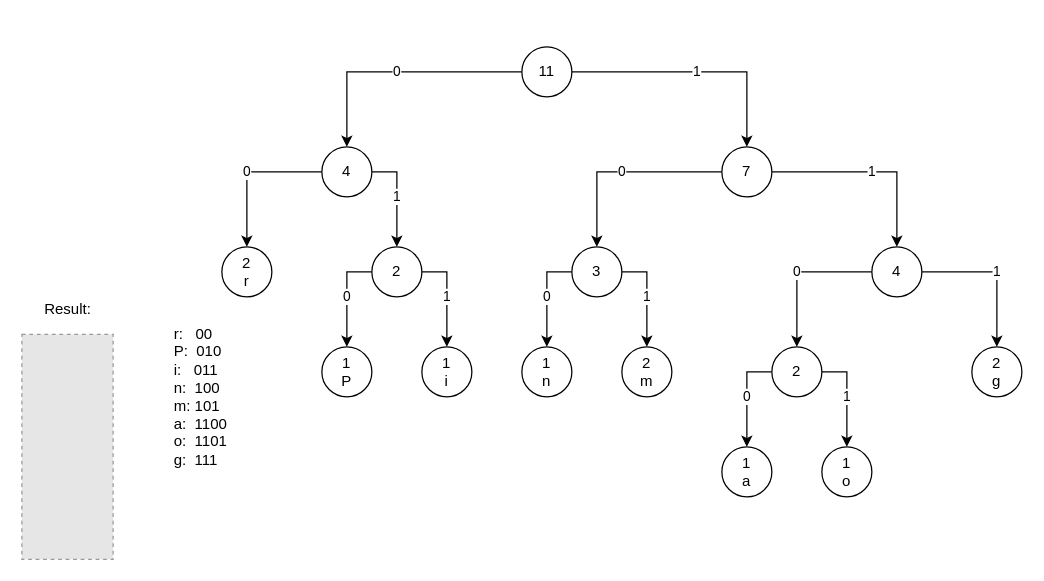
The draw.io diagram docs/drawio/Alphabetically ordered single frequencies.drawio in pip12345/Compression, before the edit. Source tidied: cells renumbered, new cells numbered last; positions are measured from the earlier drawing's top-left corner, leaving out a move shared by most shapes. Both pictures are drawn from the tidied source at 125%, with x=0, y=0 at pixel (21, 46). Pictures stored in the file or linked from it are replaced by grey dashed boxes.
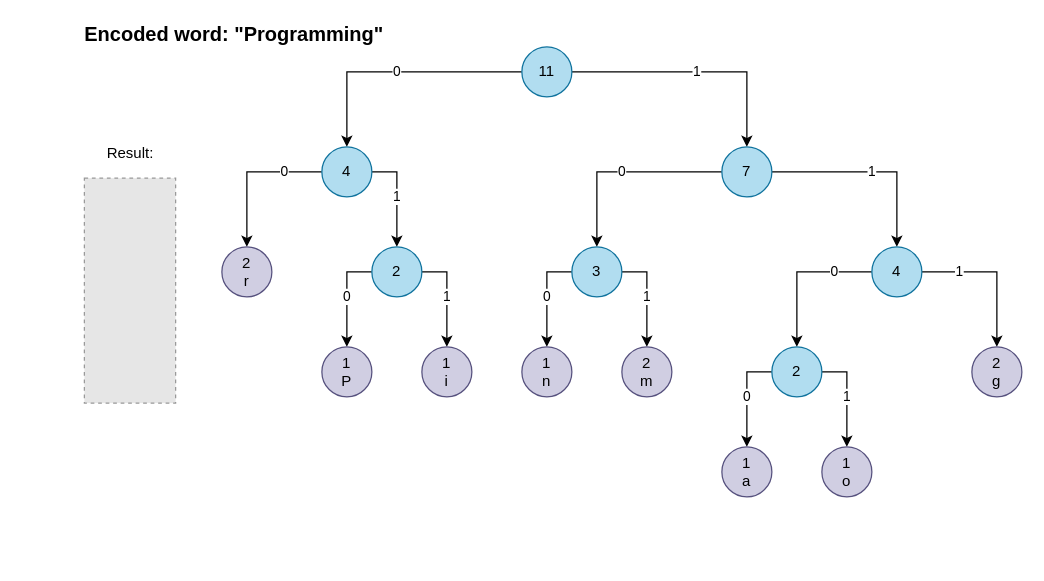
Above is the later version.

Change to the diagram source:
```diff
@@
-    <mxCell id="4" value="11" style="ellipse;whiteSpace=wrap;html=1;" parent="1" vertex="1">
+    <mxCell id="4" value="11" style="ellipse;whiteSpace=wrap;html=1;fillColor=#b1ddf0;strokeColor=#10739e;" parent="1" vertex="1">
       <mxGeometry x="400" width="40" height="40" as="geometry" />
     </mxCell>
     <mxCell id="5" value="0" style="edgeStyle=orthogonalEdgeStyle;rounded=0;jettySize=auto;html=1;exitX=0;exitY=0.5;exitDx=0;exitDy=0;entryX=0.5;entryY=0;entryDx=0;entryDy=0;" parent="1" edge="1" source="7" target="11">
-      <mxGeometry relative="1" as="geometry" />
+      <mxGeometry x="-0.5" relative="1" as="geometry" />
     </mxCell>
@@
-    <mxCell id="7" value="4" style="ellipse;whiteSpace=wrap;html=1;" parent="1" vertex="1">
+    <mxCell id="7" value="4" style="ellipse;whiteSpace=wrap;html=1;fillColor=#b1ddf0;strokeColor=#10739e;" parent="1" vertex="1">
       <mxGeometry x="240" y="80" width="40" height="40" as="geometry" />
     </mxCell>
@@
-    <mxCell id="10" value="7" style="ellipse;whiteSpace=wrap;html=1;" parent="1" vertex="1">
+    <mxCell id="10" value="7" style="ellipse;whiteSpace=wrap;html=1;fillColor=#b1ddf0;strokeColor=#10739e;" parent="1" vertex="1">
       <mxGeometry x="560" y="80" width="40" height="40" as="geometry" />
     </mxCell>
-    <mxCell id="11" value="2&lt;br&gt;r" style="ellipse;whiteSpace=wrap;html=1;" parent="1" vertex="1">
+    <mxCell id="11" value="2&lt;br&gt;r" style="ellipse;whiteSpace=wrap;html=1;fillColor=#d0cee2;strokeColor=#56517e;" parent="1" vertex="1">
       <mxGeometry x="160" y="160" width="40" height="40" as="geometry" />
     </mxCell>
@@
-    <mxCell id="14" value="2" style="ellipse;whiteSpace=wrap;html=1;" parent="1" vertex="1">
+    <mxCell id="14" value="2" style="ellipse;whiteSpace=wrap;html=1;fillColor=#b1ddf0;strokeColor=#10739e;" parent="1" vertex="1">
       <mxGeometry x="280" y="160" width="40" height="40" as="geometry" />
     </mxCell>
-    <mxCell id="15" value="1&lt;br&gt;P" style="ellipse;whiteSpace=wrap;html=1;" parent="1" vertex="1">
+    <mxCell id="15" value="1&lt;br&gt;P" style="ellipse;whiteSpace=wrap;html=1;fillColor=#d0cee2;strokeColor=#56517e;" parent="1" vertex="1">
       <mxGeometry x="240" y="240" width="40" height="40" as="geometry" />
     </mxCell>
-    <mxCell id="16" value="1&lt;br&gt;i" style="ellipse;whiteSpace=wrap;html=1;" parent="1" vertex="1">
+    <mxCell id="16" value="1&lt;br&gt;i" style="ellipse;whiteSpace=wrap;html=1;fillColor=#d0cee2;strokeColor=#56517e;" parent="1" vertex="1">
       <mxGeometry x="320" y="240" width="40" height="40" as="geometry" />
     </mxCell>
@@
-    <mxCell id="19" value="3" style="ellipse;whiteSpace=wrap;html=1;" parent="1" vertex="1">
+    <mxCell id="19" value="3" style="ellipse;whiteSpace=wrap;html=1;fillColor=#b1ddf0;strokeColor=#10739e;" parent="1" vertex="1">
       <mxGeometry x="440" y="160" width="40" height="40" as="geometry" />
     </mxCell>
-    <mxCell id="20" value="1&lt;br&gt;n" style="ellipse;whiteSpace=wrap;html=1;" parent="1" vertex="1">
+    <mxCell id="20" value="1&lt;br&gt;n" style="ellipse;whiteSpace=wrap;html=1;fillColor=#d0cee2;strokeColor=#56517e;" parent="1" vertex="1">
       <mxGeometry x="400" y="240" width="40" height="40" as="geometry" />
     </mxCell>
-    <mxCell id="21" value="2&lt;br&gt;m" style="ellipse;whiteSpace=wrap;html=1;" parent="1" vertex="1">
+    <mxCell id="21" value="2&lt;br&gt;m" style="ellipse;whiteSpace=wrap;html=1;fillColor=#d0cee2;strokeColor=#56517e;" parent="1" vertex="1">
       <mxGeometry x="480" y="240" width="40" height="40" as="geometry" />
     </mxCell>
     <mxCell id="22" value="1" style="edgeStyle=orthogonalEdgeStyle;rounded=0;jettySize=auto;html=1;exitX=1;exitY=0.5;exitDx=0;exitDy=0;entryX=0.5;entryY=0;entryDx=0;entryDy=0;" parent="1" edge="1" source="24" target="30">
-      <mxGeometry relative="1" as="geometry" />
+      <mxGeometry x="-0.5" relative="1" as="geometry" />
     </mxCell>
     <mxCell id="23" value="0" style="edgeStyle=orthogonalEdgeStyle;rounded=0;jettySize=auto;html=1;exitX=0;exitY=0.5;exitDx=0;exitDy=0;entryX=0.5;entryY=0;entryDx=0;entryDy=0;" parent="1" edge="1" source="24" target="27">
-      <mxGeometry relative="1" as="geometry" />
+      <mxGeometry x="-0.5" relative="1" as="geometry" />
     </mxCell>
-    <mxCell id="24" value="4" style="ellipse;whiteSpace=wrap;html=1;" parent="1" vertex="1">
+    <mxCell id="24" value="4" style="ellipse;whiteSpace=wrap;html=1;fillColor=#b1ddf0;strokeColor=#10739e;" parent="1" vertex="1">
       <mxGeometry x="680" y="160" width="40" height="40" as="geometry" />
     </mxCell>
@@
-    <mxCell id="27" value="2" style="ellipse;whiteSpace=wrap;html=1;" parent="1" vertex="1">
+    <mxCell id="27" value="2" style="ellipse;whiteSpace=wrap;html=1;fillColor=#b1ddf0;strokeColor=#10739e;" parent="1" vertex="1">
       <mxGeometry x="600" y="240" width="40" height="40" as="geometry" />
     </mxCell>
-    <mxCell id="28" value="1&lt;br&gt;a" style="ellipse;whiteSpace=wrap;html=1;" parent="1" vertex="1">
+    <mxCell id="28" value="1&lt;br&gt;a" style="ellipse;whiteSpace=wrap;html=1;fillColor=#d0cee2;strokeColor=#56517e;" parent="1" vertex="1">
       <mxGeometry x="560" y="320" width="40" height="40" as="geometry" />
     </mxCell>
-    <mxCell id="29" value="1&lt;br&gt;o" style="ellipse;whiteSpace=wrap;html=1;" parent="1" vertex="1">
+    <mxCell id="29" value="1&lt;br&gt;o" style="ellipse;whiteSpace=wrap;html=1;fillColor=#d0cee2;strokeColor=#56517e;" parent="1" vertex="1">
       <mxGeometry x="640" y="320" width="40" height="40" as="geometry" />
     </mxCell>
-    <mxCell id="30" value="2&lt;br&gt;g" style="ellipse;whiteSpace=wrap;html=1;" parent="1" vertex="1">
+    <mxCell id="30" value="2&lt;br&gt;g" style="ellipse;whiteSpace=wrap;html=1;fillColor=#d0cee2;strokeColor=#56517e;" parent="1" vertex="1">
       <mxGeometry x="760" y="240" width="40" height="40" as="geometry" />
     </mxCell>
-    <mxCell id="31" value="r:&amp;nbsp; &amp;nbsp;00&lt;br&gt;&lt;div&gt;P:&amp;nbsp; 010&lt;/div&gt;&lt;div&gt;i:&amp;nbsp; &amp;nbsp;011&lt;/div&gt;&lt;div&gt;n:&amp;nbsp; 100&lt;/div&gt;&lt;div&gt;m: 101&lt;/div&gt;&lt;div&gt;a:&amp;nbsp; 1100&lt;/div&gt;&lt;div&gt;o:&amp;nbsp; 1101&lt;/div&gt;&lt;div&gt;g:&amp;nbsp; 111&lt;/div&gt;" style="text;html=1;strokeColor=none;fillColor=none;align=left;verticalAlign=middle;whiteSpace=wrap;rounded=0;" parent="1" vertex="1">
-      <mxGeometry x="120" y="220" width="70" height="120" as="geometry" />
-    </mxCell>
     <mxCell id="32" style="fillColor=#E6E6E6;strokeColor=#999999;dashed=1;verticalLabelPosition=bottom;labelBackgroundColor=#ffffff;verticalAlign=top;" parent="1" vertex="1">
-      <mxGeometry y="230" width="73" height="180" as="geometry" />
+      <mxGeometry x="50" y="105" width="73" height="180" as="geometry" />
     </mxCell>
     <mxCell id="33" value="Result:" style="text;html=1;strokeColor=none;fillColor=none;align=center;verticalAlign=middle;whiteSpace=wrap;rounded=0;" parent="1" vertex="1">
-      <mxGeometry x="16.5" y="200" width="40" height="20" as="geometry" />
+      <mxGeometry x="66.5" y="75" width="40" height="20" as="geometry" />
     </mxCell>
+    <mxCell id="34" value="&lt;b&gt;&lt;font style=&quot;font-size: 16px&quot;&gt;Encoded word: &quot;Programming&quot;&lt;/font&gt;&lt;/b&gt;" style="text;html=1;strokeColor=none;fillColor=none;align=center;verticalAlign=middle;whiteSpace=wrap;rounded=0;" parent="1" vertex="1">
+      <mxGeometry x="40" y="-20" width="260" height="20" as="geometry" />
+    </mxCell>
```
